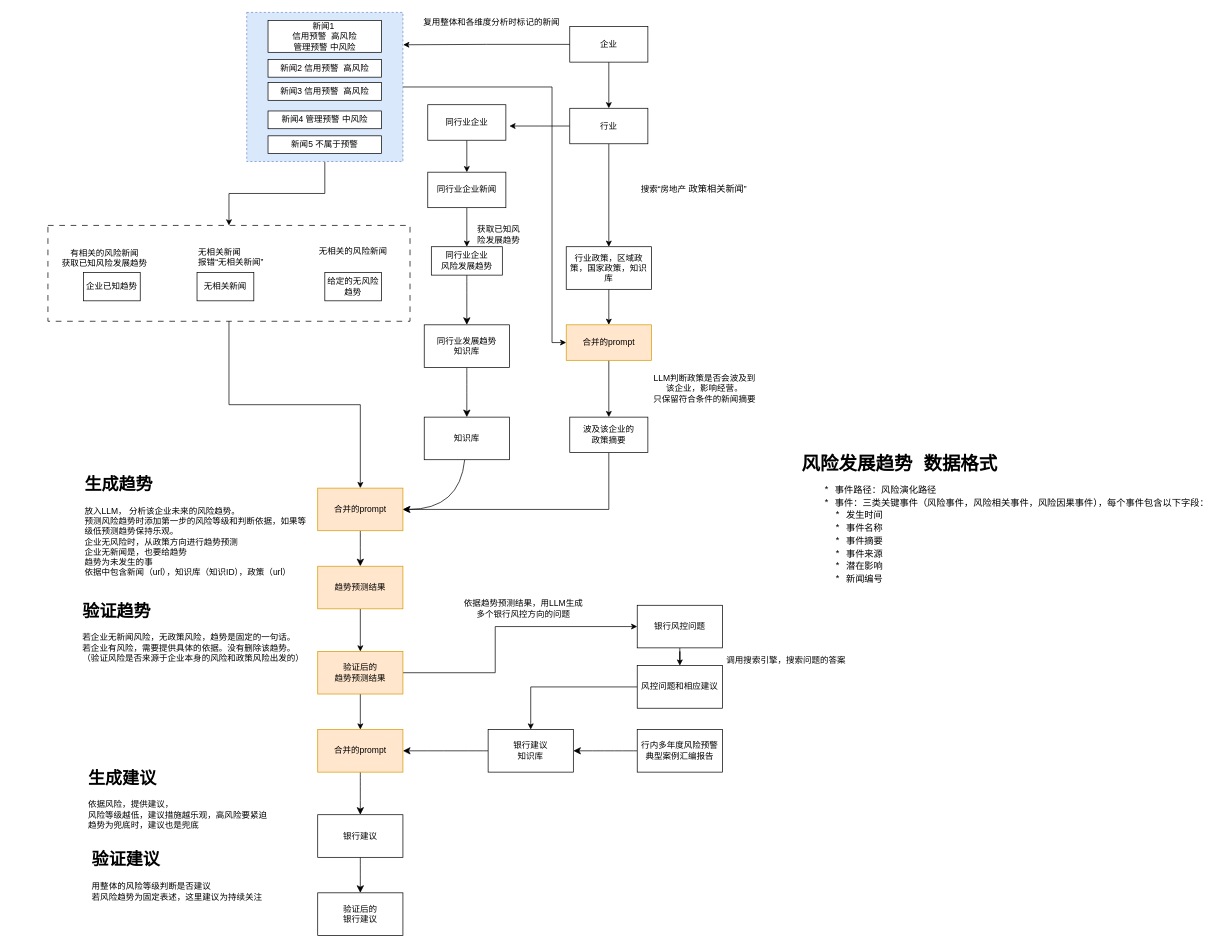
This is page "趋势预测" (1 of 2) of 舆情分析.drawio from brothermaster/draw, a draw.io file, before an edit. Source tidied: cells renumbered, new cells numbered last; positions are measured from the earlier drawing's top-left corner, leaving out a move shared by most shapes. Both pictures are drawn from the tidied source at 71%, with x=0, y=0 at pixel (48, 12).
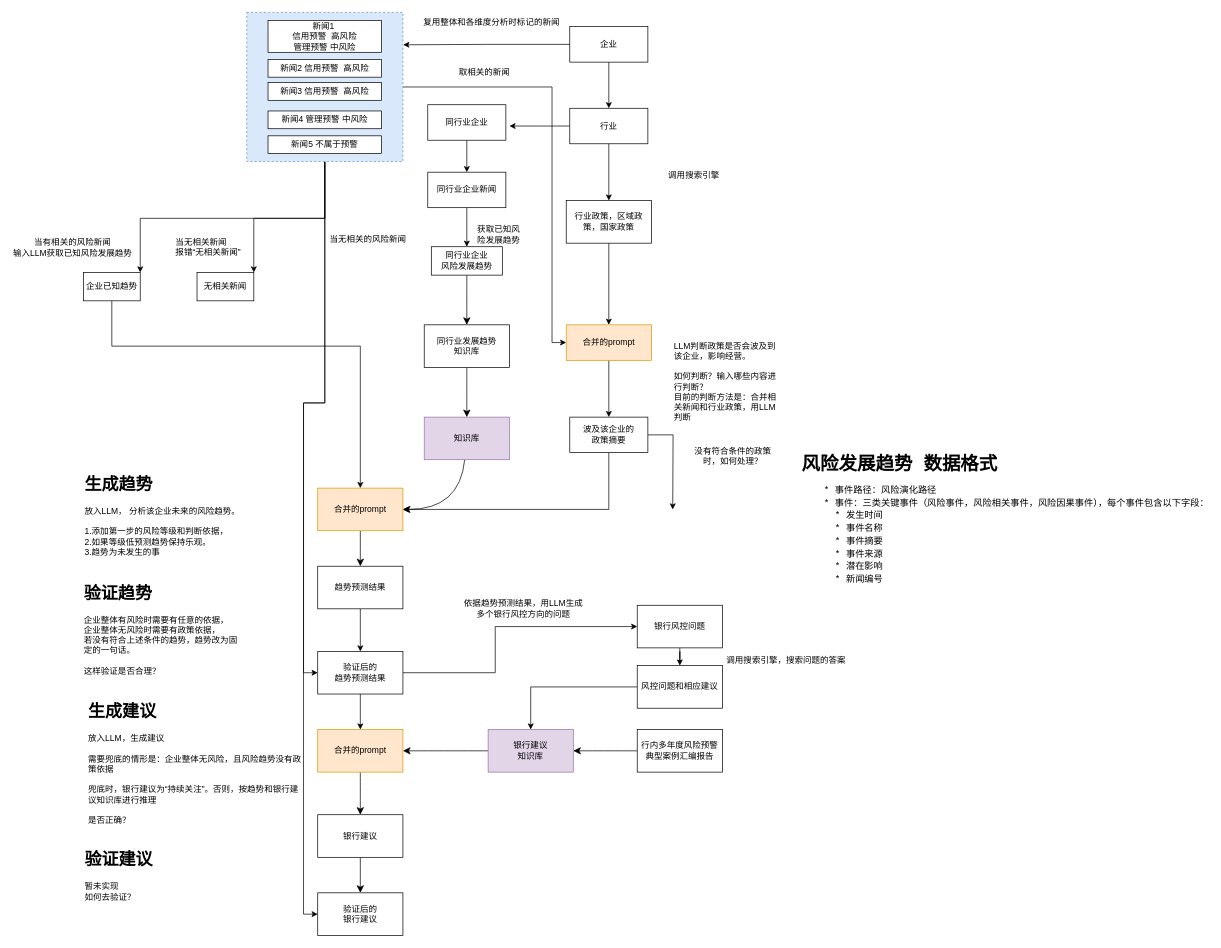
After the change.

Unchanged cells that the change refers to:
```xml
<mxCell id="9" value="合并的prompt" style="rounded=0;whiteSpace=wrap;html=1;fillColor=#ffe6cc;strokeColor=#d79b00;" parent="1" vertex="1">
  <mxGeometry x="380" y="670" width="120" height="60" as="geometry" />
</mxCell>
<mxCell id="13" value="企业已知趋势" style="rounded=0;whiteSpace=wrap;html=1;" parent="1" vertex="1">
  <mxGeometry x="50" y="366.2" width="80" height="40" as="geometry" />
</mxCell>
<mxCell id="31" value="验证后的&lt;br&gt;银行建议" style="rounded=0;whiteSpace=wrap;html=1;" parent="1" vertex="1">
  <mxGeometry x="380" y="1240" width="120" height="60" as="geometry" />
</mxCell>
<mxCell id="36" style="rounded=0;whiteSpace=wrap;html=1;dashed=1;fillColor=#dae8fc;strokeColor=#6c8ebf;" parent="1" vertex="1">
  <mxGeometry x="280" width="220" height="210" as="geometry" />
</mxCell>
<mxCell id="54" value="无相关新闻" style="html=1;whiteSpace=wrap;" parent="1" vertex="1">
  <mxGeometry x="210" y="366.2" width="80" height="40" as="geometry" />
</mxCell>
<mxCell id="70" value="波及该企业的&lt;br&gt;政策摘要" style="html=1;whiteSpace=wrap;" parent="1" vertex="1">
  <mxGeometry x="735" y="570" width="110" height="50" as="geometry" />
</mxCell>
```

The edit, as a diff of the source:
```diff
@@
-    <mxCell id="2" style="edgeStyle=orthogonalEdgeStyle;rounded=0;jettySize=auto;html=1;entryX=0.5;entryY=0;entryDx=0;entryDy=0;" parent="1" edge="1" source="3" target="9">
-      <mxGeometry relative="1" as="geometry" />
-    </mxCell>
-    <mxCell id="3" style="rounded=0;whiteSpace=wrap;html=1;fillColor=none;dashed=1;dashPattern=8 8;" parent="1" vertex="1">
-      <mxGeometry y="300" width="510" height="135" as="geometry" />
-    </mxCell>
@@
-    <mxCell id="5" value="知识库" style="rounded=0;whiteSpace=wrap;html=1;" parent="1" vertex="1">
+    <mxCell id="5" value="知识库" style="rounded=0;whiteSpace=wrap;html=1;fillColor=#e1d5e7;strokeColor=#9673a6;" parent="1" vertex="1">
       <mxGeometry x="530" y="570" width="120" height="60" as="geometry" />
     </mxCell>
@@
-    <mxCell id="10" value="&lt;div style=&quot;&quot;&gt;&lt;h1&gt;&lt;span style=&quot;background-color: transparent; color: light-dark(rgb(0, 0, 0), rgb(255, 255, 255));&quot;&gt;生成趋势&lt;/span&gt;&lt;/h1&gt;&lt;span style=&quot;background-color: transparent; color: light-dark(rgb(0, 0, 0), rgb(255, 255, 255));&quot;&gt;放入LLM， 分析该企业未来的风险趋势。&lt;/span&gt;&lt;/div&gt;预测风险趋势时添加第一步的风险等级和判断依据，如果等级低预测趋势保持乐观。&lt;div&gt;&lt;span style=&quot;&quot;&gt;企业无风险时，从政策方向进行趋势预测&lt;br&gt;企业无新闻是，也要给趋势&lt;br&gt;趋势为未发生的事&lt;br&gt;依据中包含新闻（url），知识库（知识ID），政策（url）&lt;/span&gt;&lt;/div&gt;" style="text;html=1;align=left;verticalAlign=middle;whiteSpace=wrap;rounded=0;" parent="1" vertex="1">
+    <mxCell id="10" value="&lt;div style=&quot;&quot;&gt;&lt;h1&gt;&lt;span style=&quot;background-color: transparent; color: light-dark(rgb(0, 0, 0), rgb(255, 255, 255));&quot;&gt;生成趋势&lt;/span&gt;&lt;/h1&gt;&lt;span style=&quot;background-color: transparent; color: light-dark(rgb(0, 0, 0), rgb(255, 255, 255));&quot;&gt;放入LLM， 分析该企业未来的风险趋势。&lt;/span&gt;&lt;/div&gt;&lt;br&gt;&lt;div&gt;1.添加第一步的风险等级和判断依据，&lt;/div&gt;&lt;div&gt;2.如果等级低预测趋势保持乐观。&lt;/div&gt;&lt;div&gt;&lt;span style=&quot;background-color: transparent; color: light-dark(rgb(0, 0, 0), rgb(255, 255, 255));&quot;&gt;3.趋势为未发生的事&lt;/span&gt;&lt;div&gt;&lt;span style=&quot;background-color: transparent; color: light-dark(rgb(0, 0, 0), rgb(255, 255, 255));&quot;&gt;&lt;br&gt;&lt;/span&gt;&lt;/div&gt;&lt;div&gt;&lt;br&gt;&lt;/div&gt;&lt;/div&gt;" style="text;html=1;align=left;verticalAlign=middle;whiteSpace=wrap;rounded=0;" parent="1" vertex="1">
       <mxGeometry x="50" y="640" width="320" height="150" as="geometry" />
     </mxCell>
@@
+    <mxCell id="72" style="edgeStyle=orthogonalEdgeStyle;rounded=0;jettySize=auto;html=1;" parent="1" edge="1" source="13" target="9">
+      <mxGeometry relative="1" as="geometry">
+        <Array as="points">
+          <mxPoint x="90" y="470" />
+          <mxPoint x="440" y="470" />
+        </Array>
+      </mxGeometry>
+    </mxCell>
@@
-    <mxCell id="20" value="银行建议&lt;br&gt;知识库" style="rounded=0;whiteSpace=wrap;html=1;" parent="1" vertex="1">
+    <mxCell id="20" value="银行建议&lt;br&gt;知识库" style="rounded=0;whiteSpace=wrap;html=1;fillColor=#e1d5e7;strokeColor=#9673a6;" parent="1" vertex="1">
       <mxGeometry x="620" y="1010" width="120" height="60" as="geometry" />
     </mxCell>
@@
-    <mxCell id="23" value="&lt;h1&gt;生成建议&lt;/h1&gt;依据风险，提供建议，&lt;br&gt;风险等级越低，建议措施越乐观，高风险要紧迫&lt;br&gt;趋势为兜底时，建议也是兜底" style="text;html=1;align=left;verticalAlign=middle;whiteSpace=wrap;rounded=0;" parent="1" vertex="1">
-      <mxGeometry x="55" y="1050" width="310" height="100" as="geometry" />
+    <mxCell id="23" value="&lt;h1&gt;生成建议&lt;/h1&gt;&lt;div&gt;放入LLM，生成建议&lt;/div&gt;&lt;div&gt;&lt;br&gt;&lt;/div&gt;&lt;div&gt;需要兜底的情形是：企业整体无风险，且风险趋势没有政策依据&lt;/div&gt;&lt;div&gt;&lt;br&gt;&lt;div&gt;&lt;span style=&quot;background-color: transparent; color: light-dark(rgb(0, 0, 0), rgb(255, 255, 255));&quot;&gt;兜底时，银行&lt;/span&gt;&lt;span style=&quot;background-color: transparent; color: light-dark(rgb(0, 0, 0), rgb(255, 255, 255));&quot;&gt;建议为“持续关注”。否则&lt;/span&gt;，按趋势和银行建议知识库进行推理&lt;/div&gt;&lt;div&gt;&lt;br&gt;&lt;/div&gt;&lt;/div&gt;&lt;div&gt;是否正确？&lt;/div&gt;" style="text;html=1;align=left;verticalAlign=middle;whiteSpace=wrap;rounded=0;" parent="1" vertex="1">
+      <mxGeometry x="55" y="1000" width="310" height="100" as="geometry" />
     </mxCell>
@@
-    <mxCell id="27" value="行业政策，区域政策，国家政策，知识库" style="rounded=0;whiteSpace=wrap;html=1;" parent="1" vertex="1">
-      <mxGeometry x="730" y="330" width="120" height="60" as="geometry" />
+    <mxCell id="27" value="行业政策，区域政策，国家政策" style="rounded=0;whiteSpace=wrap;html=1;" parent="1" vertex="1">
+      <mxGeometry x="730" y="265" width="120" height="60" as="geometry" />
     </mxCell>
-    <mxCell id="28" value="&lt;div style=&quot;text-align: left;&quot;&gt;&lt;h1&gt;&lt;span style=&quot;background-color: transparent; color: light-dark(rgb(0, 0, 0), rgb(255, 255, 255)); text-align: center;&quot;&gt;验证趋势&lt;/span&gt;&lt;/h1&gt;&lt;span style=&quot;background-color: transparent; color: light-dark(rgb(0, 0, 0), rgb(255, 255, 255)); text-align: center;&quot;&gt;若企业无新闻风险，无政策风险，趋势是固定的一句话。&lt;br&gt;若企业有风险，需要提供具体的依据。&lt;/span&gt;&lt;span style=&quot;background-color: transparent; color: light-dark(rgb(0, 0, 0), rgb(255, 255, 255)); text-align: center;&quot;&gt;没有删除该趋势。&lt;/span&gt;&lt;/div&gt;&lt;div style=&quot;text-align: center;&quot;&gt;（验证风险是否来源于企业本身的风险和政策风险出发的）&lt;br&gt;&lt;/div&gt;" style="text;html=1;align=center;verticalAlign=middle;whiteSpace=wrap;rounded=0;" parent="1" vertex="1">
-      <mxGeometry x="45" y="825" width="320" height="80" as="geometry" />
+    <mxCell id="28" value="&lt;div style=&quot;&quot;&gt;&lt;h1 style=&quot;text-align: left;&quot;&gt;&lt;span style=&quot;background-color: transparent; color: light-dark(rgb(0, 0, 0), rgb(255, 255, 255));&quot;&gt;验证趋势&lt;/span&gt;&lt;/h1&gt;&lt;div style=&quot;text-align: left;&quot;&gt;&lt;span style=&quot;background-color: transparent; color: light-dark(rgb(0, 0, 0), rgb(255, 255, 255));&quot;&gt;企业整体有风险时需要有任意的依据，&lt;/span&gt;&lt;/div&gt;&lt;div style=&quot;text-align: left;&quot;&gt;&lt;span style=&quot;background-color: transparent; color: light-dark(rgb(0, 0, 0), rgb(255, 255, 255));&quot;&gt;企业整体无风险时需要有政策依据，&lt;/span&gt;&lt;/div&gt;&lt;/div&gt;&lt;div style=&quot;text-align: left;&quot;&gt;若没有符合上述条件的趋势，趋势改为&lt;span style=&quot;background-color: transparent; color: light-dark(rgb(0, 0, 0), rgb(255, 255, 255));&quot;&gt;固定的一句话。&lt;/span&gt;&lt;/div&gt;&lt;div style=&quot;text-align: left;&quot;&gt;&lt;span style=&quot;background-color: transparent; color: light-dark(rgb(0, 0, 0), rgb(255, 255, 255));&quot;&gt;&lt;br&gt;&lt;/span&gt;&lt;/div&gt;&lt;div style=&quot;text-align: left;&quot;&gt;&lt;span style=&quot;background-color: transparent; color: light-dark(rgb(0, 0, 0), rgb(255, 255, 255));&quot;&gt;这样验证是否合理？&lt;/span&gt;&lt;/div&gt;&lt;div style=&quot;text-align: left;&quot;&gt;&lt;br&gt;&lt;/div&gt;" style="text;html=1;align=center;verticalAlign=middle;whiteSpace=wrap;rounded=0;" parent="1" vertex="1">
+      <mxGeometry x="50" y="815" width="225" height="105" as="geometry" />
     </mxCell>
@@
-    <mxCell id="30" value="趋势预测结果" style="rounded=0;whiteSpace=wrap;html=1;fillColor=#ffe6cc;strokeColor=#d79b00;" parent="1" vertex="1">
+    <mxCell id="30" value="趋势预测结果" style="rounded=0;whiteSpace=wrap;html=1;" parent="1" vertex="1">
       <mxGeometry x="380" y="780" width="120" height="60" as="geometry" />
     </mxCell>
@@
-    <mxCell id="32" value="&lt;h1&gt;&lt;span style=&quot;&quot;&gt;验证建议&lt;/span&gt;&lt;/h1&gt;&lt;span style=&quot;&quot;&gt;用整体的风险等级判断是否建议&lt;/span&gt;&lt;br style=&quot;padding: 0px; margin: 0px;&quot;&gt;&lt;span style=&quot;&quot;&gt;若风险趋势为固定表述，这里建议为持续关注&lt;br&gt;&lt;br&gt;&lt;/span&gt;" style="text;html=1;align=left;verticalAlign=middle;whiteSpace=wrap;rounded=0;" parent="1" vertex="1">
-      <mxGeometry x="60" y="1170" width="275" height="90" as="geometry" />
+    <mxCell id="32" value="&lt;h1&gt;&lt;span style=&quot;&quot;&gt;验证建议&lt;/span&gt;&lt;/h1&gt;暂未实现&lt;br&gt;&lt;div&gt;&lt;span style=&quot;&quot;&gt;如何去验证？&lt;br&gt;&lt;br&gt;&lt;/span&gt;&lt;/div&gt;" style="text;html=1;align=left;verticalAlign=middle;whiteSpace=wrap;rounded=0;" parent="1" vertex="1">
+      <mxGeometry x="50" y="1170" width="275" height="90" as="geometry" />
     </mxCell>
-    <mxCell id="33" value="LLM判断政策是否会波及到该企业，影响经营。&lt;br&gt;只保留符合条件的新闻摘要" style="text;html=1;align=center;verticalAlign=middle;whiteSpace=wrap;rounded=0;" parent="1" vertex="1">
-      <mxGeometry x="850" y="490" width="150" height="80" as="geometry" />
+    <mxCell id="33" value="LLM判断政策是否会波及到该企业，影响经营。&lt;br&gt;&lt;div&gt;&lt;br&gt;&lt;/div&gt;&lt;div&gt;如何判断？输入哪些内容进行判断？&lt;/div&gt;&lt;div&gt;目前的判断方法是：合并相关新闻和行业政策，用LLM判断&lt;/div&gt;" style="text;html=1;align=left;verticalAlign=middle;whiteSpace=wrap;rounded=0;" parent="1" vertex="1">
+      <mxGeometry x="880" y="480" width="150" height="80" as="geometry" />
     </mxCell>
@@
-    <mxCell id="35" style="edgeStyle=orthogonalEdgeStyle;rounded=0;jettySize=auto;html=1;" parent="1" edge="1" source="36" target="3">
-      <mxGeometry relative="1" as="geometry" />
-    </mxCell>
+    <mxCell id="73" style="edgeStyle=orthogonalEdgeStyle;rounded=0;jettySize=auto;html=1;entryX=1;entryY=0;entryDx=0;entryDy=0;" parent="1" edge="1" source="36" target="54">
+      <mxGeometry relative="1" as="geometry">
+        <Array as="points">
+          <mxPoint x="390" y="290" />
+          <mxPoint x="290" y="290" />
+        </Array>
+      </mxGeometry>
+    </mxCell>
+    <mxCell id="74" style="edgeStyle=orthogonalEdgeStyle;rounded=0;jettySize=auto;html=1;entryX=1;entryY=0;entryDx=0;entryDy=0;" parent="1" edge="1" source="36" target="13">
+      <mxGeometry relative="1" as="geometry">
+        <Array as="points">
+          <mxPoint x="390" y="290" />
+          <mxPoint x="130" y="290" />
+        </Array>
+      </mxGeometry>
+    </mxCell>
+    <mxCell id="75" style="edgeStyle=orthogonalEdgeStyle;rounded=0;jettySize=auto;html=1;entryX=0;entryY=0.5;entryDx=0;entryDy=0;" parent="1" edge="1" source="36" target="53">
+      <mxGeometry relative="1" as="geometry">
+        <Array as="points">
+          <mxPoint x="390" y="550" />
+          <mxPoint x="360" y="550" />
+          <mxPoint x="360" y="930" />
+        </Array>
+      </mxGeometry>
+    </mxCell>
+    <mxCell id="76" style="edgeStyle=orthogonalEdgeStyle;rounded=0;jettySize=auto;html=1;entryX=0;entryY=0.5;entryDx=0;entryDy=0;" parent="1" edge="1" source="36" target="31">
+      <mxGeometry relative="1" as="geometry">
+        <Array as="points">
+          <mxPoint x="390" y="550" />
+          <mxPoint x="360" y="550" />
+          <mxPoint x="360" y="1270" />
+        </Array>
+      </mxGeometry>
+    </mxCell>
@@
-    <mxCell id="47" value="&lt;span&gt;&lt;font&gt;&lt;font style=&quot;color: rgb(0, 0, 0);&quot;&gt;搜索“房地产&amp;nbsp;&lt;/font&gt;&lt;span style=&quot;font-family: Consolas, &amp;quot;Courier New&amp;quot;, monospace; font-size: 13px; white-space: pre; color: rgb(206, 145, 120);&quot;&gt;&lt;font style=&quot;color: rgb(0, 0, 0);&quot;&gt;政策相关新闻&lt;/font&gt;&lt;/span&gt;&lt;font style=&quot;color: rgb(0, 0, 0);&quot;&gt;”&lt;/font&gt;&lt;/font&gt;&lt;/span&gt;" style="text;html=1;align=center;verticalAlign=middle;whiteSpace=wrap;rounded=0;" parent="1" vertex="1">
-      <mxGeometry x="800" y="240" width="220" height="20" as="geometry" />
+    <mxCell id="47" value="&lt;span&gt;&lt;font&gt;&lt;font style=&quot;color: rgb(0, 0, 0);&quot;&gt;调用搜索引擎&lt;/font&gt;&lt;/font&gt;&lt;/span&gt;" style="text;html=1;align=center;verticalAlign=middle;whiteSpace=wrap;rounded=0;" parent="1" vertex="1">
+      <mxGeometry x="800" y="220" width="220" height="20" as="geometry" />
     </mxCell>
@@
-    <mxCell id="53" value="验证后的&lt;br&gt;趋势预测结果" style="rounded=0;whiteSpace=wrap;html=1;fillColor=#ffe6cc;strokeColor=#d79b00;" parent="1" vertex="1">
+    <mxCell id="53" value="验证后的&lt;br&gt;趋势预测结果" style="rounded=0;whiteSpace=wrap;html=1;" parent="1" vertex="1">
       <mxGeometry x="380" y="900" width="120" height="60" as="geometry" />
     </mxCell>
@@
-    <mxCell id="55" value="&lt;span style=&quot;text-align: center;&quot;&gt;无&lt;/span&gt;&lt;span style=&quot;color: light-dark(rgb(0, 0, 0), rgb(255, 255, 255)); background-color: transparent; text-align: center;&quot;&gt;相关&lt;/span&gt;&lt;span style=&quot;color: light-dark(rgb(0, 0, 0), rgb(255, 255, 255)); background-color: transparent; text-align: center;&quot;&gt;新闻&lt;br&gt;报错“无相关新闻&lt;/span&gt;&lt;span style=&quot;color: light-dark(rgb(0, 0, 0), rgb(255, 255, 255)); background-color: transparent; text-align: center;&quot;&gt;”&lt;/span&gt;" style="text;whiteSpace=wrap;html=1;" parent="1" vertex="1">
-      <mxGeometry x="210" y="323.8" width="145" height="42.5" as="geometry" />
+    <mxCell id="55" value="&lt;span style=&quot;text-align: center;&quot;&gt;当无&lt;/span&gt;&lt;span style=&quot;color: light-dark(rgb(0, 0, 0), rgb(255, 255, 255)); background-color: transparent; text-align: center;&quot;&gt;相关&lt;/span&gt;&lt;span style=&quot;color: light-dark(rgb(0, 0, 0), rgb(255, 255, 255)); background-color: transparent; text-align: center;&quot;&gt;新闻&lt;br&gt;报错“无相关新闻&lt;/span&gt;&lt;span style=&quot;color: light-dark(rgb(0, 0, 0), rgb(255, 255, 255)); background-color: transparent; text-align: center;&quot;&gt;”&lt;/span&gt;" style="text;whiteSpace=wrap;html=1;" parent="1" vertex="1">
+      <mxGeometry x="177.5" y="310" width="102.5" height="40" as="geometry" />
     </mxCell>
-    <mxCell id="56" value="&lt;span style=&quot;forced-color-adjust: none; color: light-dark(rgb(0, 0, 0), rgb(255, 255, 255)); font-family: Helvetica; font-size: 12px; font-style: normal; font-variant-ligatures: normal; font-variant-caps: normal; font-weight: 400; letter-spacing: normal; orphans: 2; text-indent: 0px; text-transform: none; widows: 2; word-spacing: 0px; -webkit-text-stroke-width: 0px; white-space: normal; background-color: transparent; text-decoration-thickness: initial; text-decoration-style: initial; text-decoration-color: initial; text-align: center;&quot;&gt;无相关的风险&lt;/span&gt;&lt;span style=&quot;forced-color-adjust: none; color: light-dark(rgb(0, 0, 0), rgb(255, 255, 255)); font-family: Helvetica; font-size: 12px; font-style: normal; font-variant-ligatures: normal; font-variant-caps: normal; font-weight: 400; letter-spacing: normal; orphans: 2; text-indent: 0px; text-transform: none; widows: 2; word-spacing: 0px; -webkit-text-stroke-width: 0px; white-space: normal; background-color: transparent; text-decoration-thickness: initial; text-decoration-style: initial; text-decoration-color: initial; text-align: center;&quot;&gt;新闻&lt;/span&gt;" style="text;whiteSpace=wrap;html=1;" parent="1" vertex="1">
-      <mxGeometry x="380" y="322.5" width="115" height="45" as="geometry" />
+    <mxCell id="56" value="&lt;span style=&quot;forced-color-adjust: none; color: light-dark(rgb(0, 0, 0), rgb(255, 255, 255)); font-family: Helvetica; font-size: 12px; font-style: normal; font-variant-ligatures: normal; font-variant-caps: normal; font-weight: 400; letter-spacing: normal; orphans: 2; text-indent: 0px; text-transform: none; widows: 2; word-spacing: 0px; -webkit-text-stroke-width: 0px; white-space: normal; background-color: transparent; text-decoration-thickness: initial; text-decoration-style: initial; text-decoration-color: initial; text-align: center;&quot;&gt;当无相关的风险&lt;/span&gt;&lt;span style=&quot;forced-color-adjust: none; color: light-dark(rgb(0, 0, 0), rgb(255, 255, 255)); font-family: Helvetica; font-size: 12px; font-style: normal; font-variant-ligatures: normal; font-variant-caps: normal; font-weight: 400; letter-spacing: normal; orphans: 2; text-indent: 0px; text-transform: none; widows: 2; word-spacing: 0px; -webkit-text-stroke-width: 0px; white-space: normal; background-color: transparent; text-decoration-thickness: initial; text-decoration-style: initial; text-decoration-color: initial; text-align: center;&quot;&gt;新闻&lt;/span&gt;" style="text;whiteSpace=wrap;html=1;" parent="1" vertex="1">
+      <mxGeometry x="395" y="306.2" width="135" height="60" as="geometry" />
     </mxCell>
@@
-    <mxCell id="63" value="有相关的风险新闻&lt;br&gt;获取已知风险发展趋势" style="text;html=1;align=center;verticalAlign=middle;whiteSpace=wrap;rounded=0;" parent="1" vertex="1">
-      <mxGeometry x="10" y="333.8" width="140" height="25" as="geometry" />
+    <mxCell id="63" value="当有相关的风险新闻&lt;br&gt;输入LLM获取已知风险发展趋势" style="text;html=1;align=center;verticalAlign=middle;whiteSpace=wrap;rounded=0;" parent="1" vertex="1">
+      <mxGeometry x="-50" y="318.1" width="170" height="26.2" as="geometry" />
     </mxCell>
@@
+    <mxCell id="77" style="edgeStyle=orthogonalEdgeStyle;rounded=0;jettySize=auto;html=1;" parent="1" edge="1" source="70">
+      <mxGeometry relative="1" as="geometry">
+        <mxPoint x="880" y="700" as="targetPoint" />
+      </mxGeometry>
+    </mxCell>
@@
-    <mxCell id="71" value="给定的无风险趋势" style="rounded=0;whiteSpace=wrap;html=1;" parent="1" vertex="1">
-      <mxGeometry x="390" y="366.2" width="80" height="40" as="geometry" />
-    </mxCell>
+    <mxCell id="78" value="取相关的新闻" style="text;html=1;align=center;verticalAlign=middle;whiteSpace=wrap;rounded=0;" parent="1" vertex="1">
+      <mxGeometry x="570" y="70" width="90" height="30" as="geometry" />
+    </mxCell>
+    <mxCell id="79" value="没有符合条件的政策时，如何处理？" style="text;html=1;align=center;verticalAlign=middle;whiteSpace=wrap;rounded=0;" parent="1" vertex="1">
+      <mxGeometry x="900" y="610" width="130" height="30" as="geometry" />
+    </mxCell>
```
